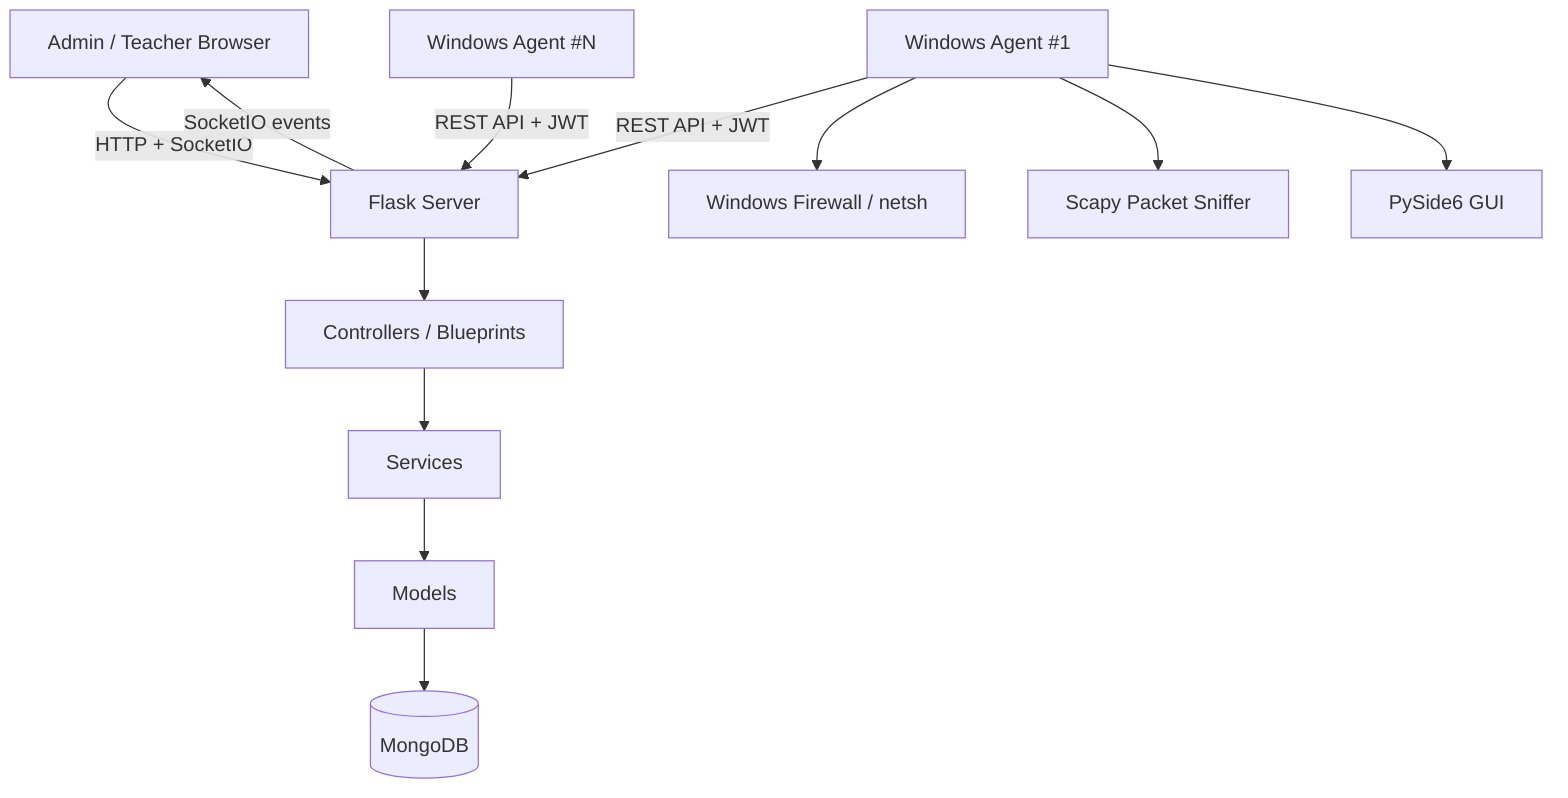
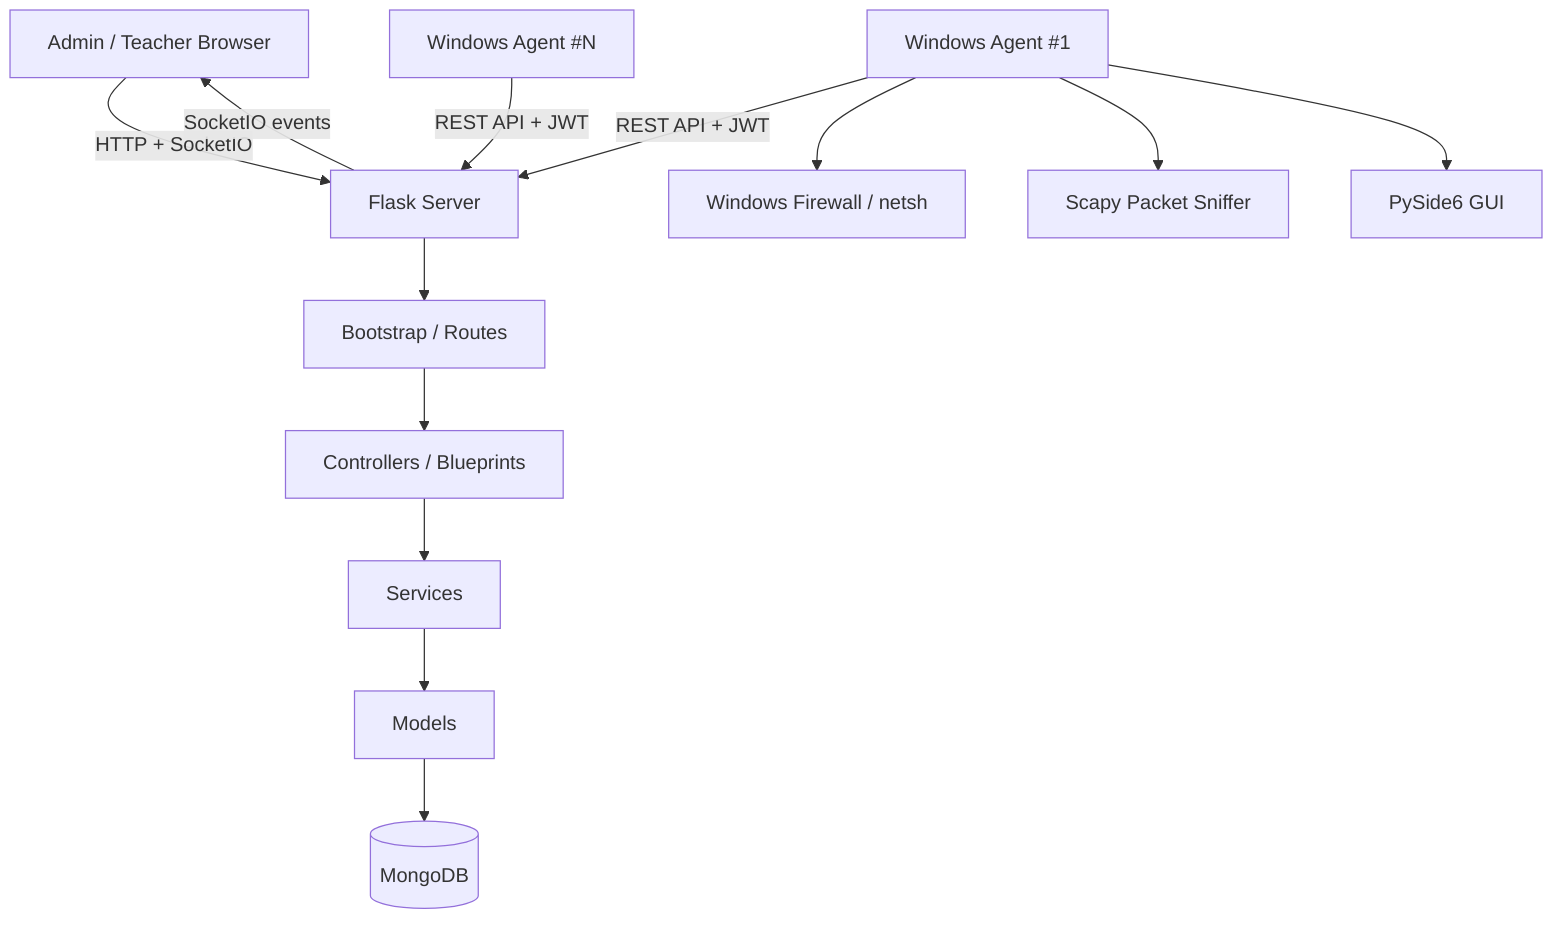
flowchart TB
  Admin["Admin / Teacher Browser"] -->|"HTTP + SocketIO"| Server["Flask Server"]
-   Server --> Controllers["Controllers / Blueprints"]
+   Server --> Bootstrap["Bootstrap / Routes"]
+   Bootstrap --> Controllers["Controllers / Blueprints"]
  Controllers --> Services["Services"]
  Services --> Models["Models"]
  Models --> Mongo[("MongoDB")]
  Agent1["Windows Agent #1"] -->|"REST API + JWT"| Server
  Agent2["Windows Agent #N"] -->|"REST API + JWT"| Server
  Server -->|"SocketIO events"| Admin
  Agent1 --> Firewall["Windows Firewall / netsh"]
  Agent1 --> Sniffer["Scapy Packet Sniffer"]
  Agent1 --> GUI["PySide6 GUI"]
